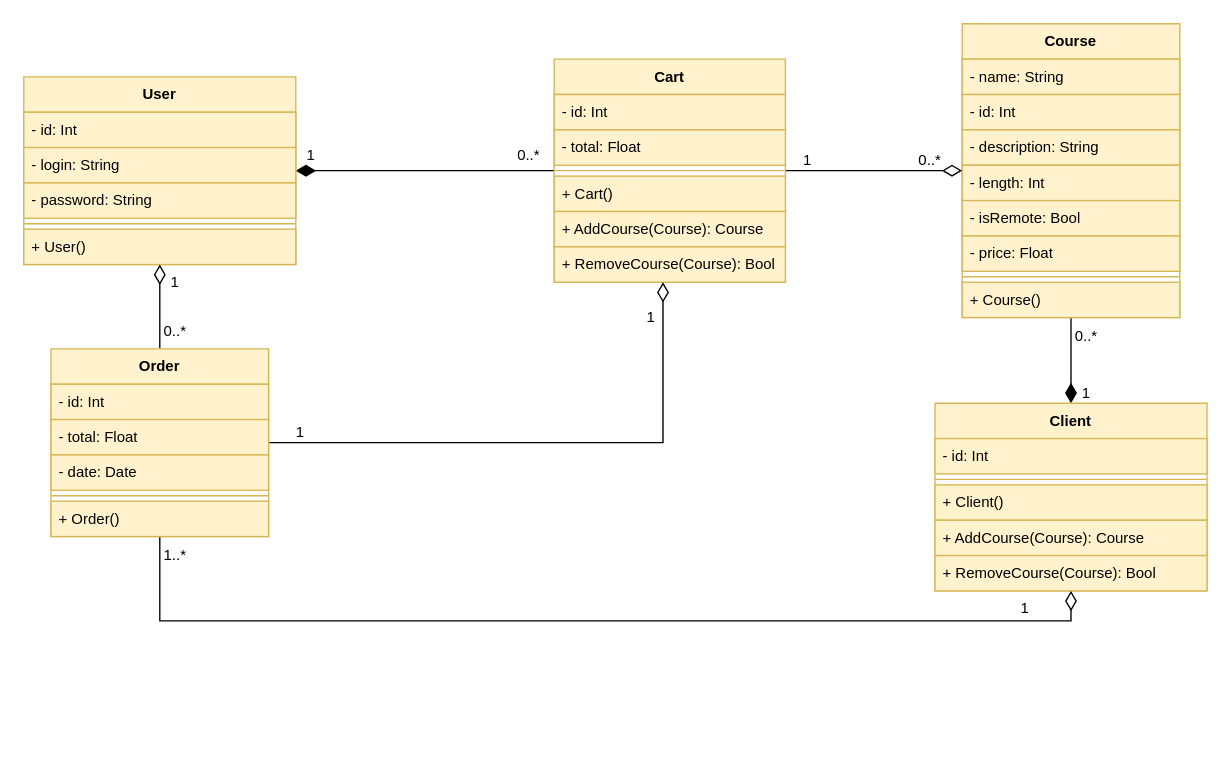
Earlier version of the draw.io diagram page "Class" (1 of 2) of doc/uml/Business.drawio (KMorere/eval-java-business). Source tidied: cells renumbered, new cells numbered last; positions are measured from the earlier drawing's top-left corner, leaving out a move shared by most shapes. Both pictures are drawn from the tidied source at 136%, with x=0, y=0 at pixel (23, 23).
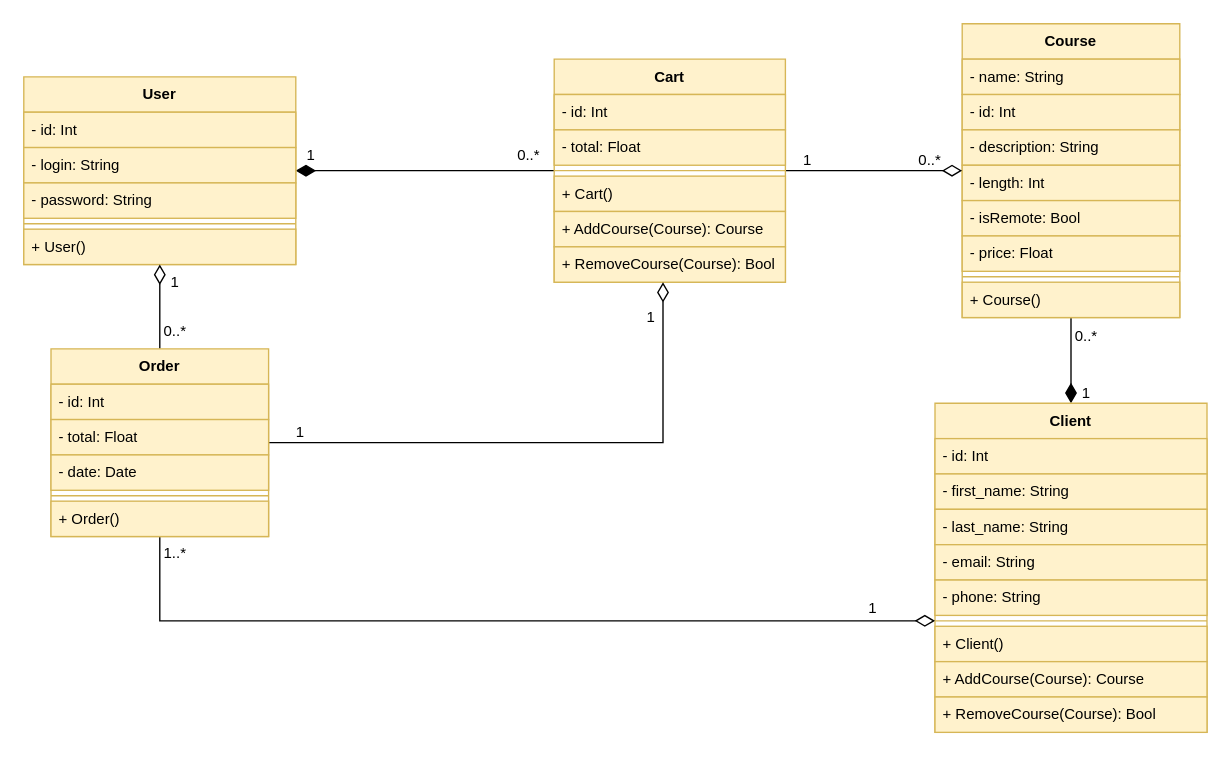
The same page after the edit.

Commit message (it also covers changes not shown here):
Updated class diagram to add missing attributes in Client.

Diff of the diagram source:
```diff
@@
     <mxCell id="14" value="Client" style="swimlane;fontStyle=1;align=center;verticalAlign=top;horizontal=1;startSize=26;whiteSpace=wrap;html=1;strokeColor=#d6b656;spacingLeft=4;spacingRight=4;fontFamily=Helvetica;fontSize=11;fontColor=default;labelBackgroundColor=none;fillColor=#fff2cc;gradientColor=none;" parent="1" vertex="1">
-      <mxGeometry x="670" y="279" width="200" height="138" as="geometry" />
+      <mxGeometry x="670" y="279" width="200" height="242" as="geometry" />
     </mxCell>
@@
+    <mxCell id="54" value="- first_name: String" style="text;strokeColor=#d6b656;fillColor=#fff2cc;align=left;verticalAlign=top;spacingLeft=4;spacingRight=4;overflow=hidden;whiteSpace=wrap;html=1;fontFamily=Helvetica;fontSize=11;labelBackgroundColor=none;" parent="14" vertex="1">
+      <mxGeometry y="52" width="200" height="26" as="geometry" />
+    </mxCell>
+    <mxCell id="55" value="- last_name: String" style="text;strokeColor=#d6b656;fillColor=#fff2cc;align=left;verticalAlign=top;spacingLeft=4;spacingRight=4;overflow=hidden;whiteSpace=wrap;html=1;fontFamily=Helvetica;fontSize=11;labelBackgroundColor=none;" parent="14" vertex="1">
+      <mxGeometry y="78" width="200" height="26" as="geometry" />
+    </mxCell>
+    <mxCell id="56" value="- email: String" style="text;strokeColor=#d6b656;fillColor=#fff2cc;align=left;verticalAlign=top;spacingLeft=4;spacingRight=4;overflow=hidden;whiteSpace=wrap;html=1;fontFamily=Helvetica;fontSize=11;labelBackgroundColor=none;" parent="14" vertex="1">
+      <mxGeometry y="104" width="200" height="26" as="geometry" />
+    </mxCell>
+    <mxCell id="57" value="- phone: String" style="text;strokeColor=#d6b656;fillColor=#fff2cc;align=left;verticalAlign=top;spacingLeft=4;spacingRight=4;overflow=hidden;whiteSpace=wrap;html=1;fontFamily=Helvetica;fontSize=11;labelBackgroundColor=none;" parent="14" vertex="1">
+      <mxGeometry y="130" width="200" height="26" as="geometry" />
+    </mxCell>
     <mxCell id="16" style="line;strokeWidth=1;fillColor=none;align=left;verticalAlign=middle;spacingTop=-1;spacingLeft=3;spacingRight=3;labelPosition=right;strokeColor=inherit;fontFamily=Helvetica;fontSize=11;fontColor=default;labelBackgroundColor=none;" parent="14" vertex="1">
-      <mxGeometry y="52" width="200" height="8" as="geometry" />
+      <mxGeometry y="156" width="200" height="8" as="geometry" />
     </mxCell>
     <mxCell id="17" value="+ Client()" style="text;strokeColor=#d6b656;fillColor=#fff2cc;align=left;verticalAlign=top;spacingLeft=4;spacingRight=4;overflow=hidden;whiteSpace=wrap;html=1;fontFamily=Helvetica;fontSize=11;labelBackgroundColor=none;" parent="14" vertex="1">
-      <mxGeometry y="60" width="200" height="26" as="geometry" />
+      <mxGeometry y="164" width="200" height="26" as="geometry" />
     </mxCell>
     <mxCell id="18" value="+ AddCourse(Course): Course" style="text;strokeColor=#d6b656;fillColor=#fff2cc;align=left;verticalAlign=top;spacingLeft=4;spacingRight=4;overflow=hidden;whiteSpace=wrap;html=1;fontFamily=Helvetica;fontSize=11;labelBackgroundColor=none;" parent="14" vertex="1">
-      <mxGeometry y="86" width="200" height="26" as="geometry" />
+      <mxGeometry y="190" width="200" height="26" as="geometry" />
     </mxCell>
     <mxCell id="19" value="+ RemoveCourse(Course): Bool" style="text;strokeColor=#d6b656;fillColor=#fff2cc;align=left;verticalAlign=top;spacingLeft=4;spacingRight=4;overflow=hidden;whiteSpace=wrap;html=1;fontFamily=Helvetica;fontSize=11;labelBackgroundColor=none;" parent="14" vertex="1">
-      <mxGeometry y="112" width="200" height="26" as="geometry" />
+      <mxGeometry y="216" width="200" height="26" as="geometry" />
     </mxCell>
```
